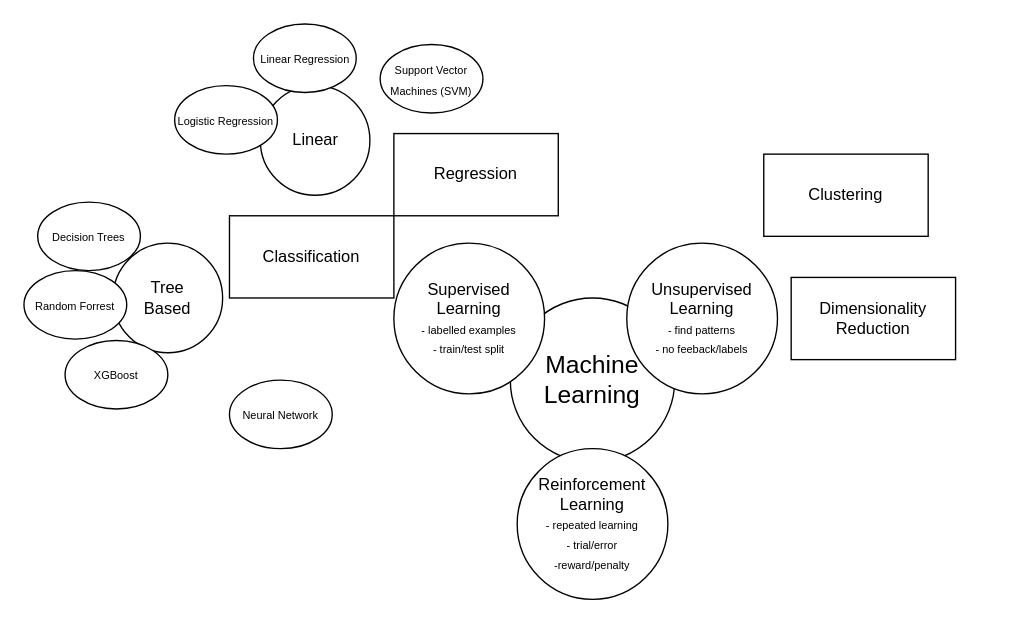
This is ML_overview.drawio from s-bramer/MachineLearning, a draw.io file, before an edit. Source tidied: cells renumbered, new cells numbered last; positions are measured from the earlier drawing's top-left corner, leaving out a move shared by most shapes. Both pictures are drawn from the tidied source at 137%, with x=0, y=0 at pixel (23, 23).
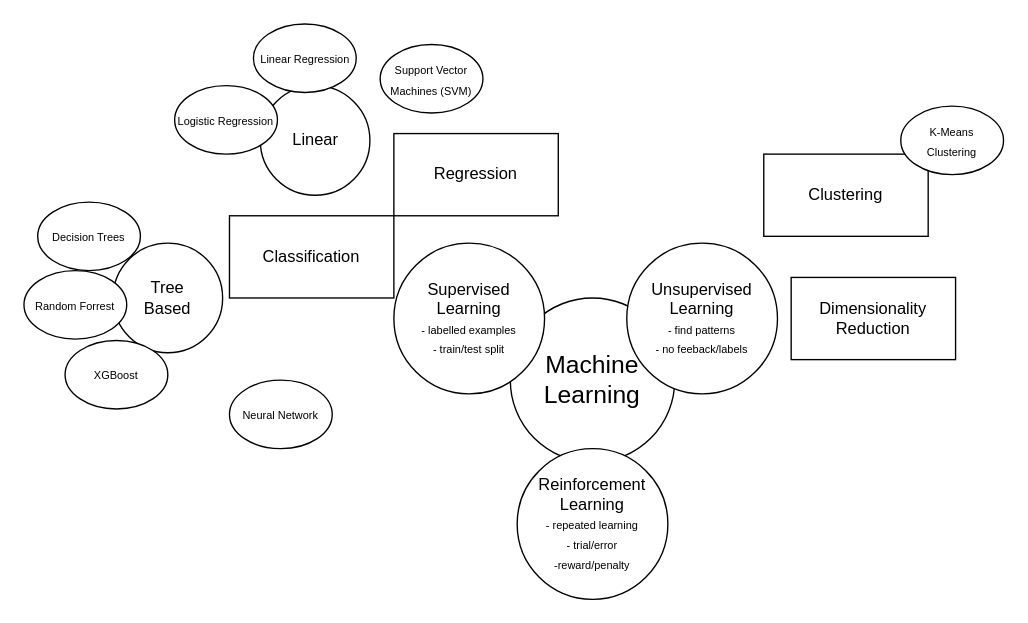
Above is the later version.

The edit, as a diff of the source:
```diff
@@
 <mxGraphModel>
   <root>
     <mxCell id="0" />
     <mxCell id="1" parent="0" />
     <mxCell id="2" value="&lt;font style=&quot;font-size: 18px;&quot;&gt;Machine Learning&lt;/font&gt;" style="ellipse;whiteSpace=wrap;html=1;" parent="1" vertex="1">
       <mxGeometry x="355" y="200" width="120" height="120" as="geometry" />
     </mxCell>
     <mxCell id="3" value="Supervised Learning&lt;br&gt;&lt;font style=&quot;font-size: 8px;&quot;&gt;- labelled examples&lt;br&gt;- train/test split&lt;/font&gt;" style="ellipse;whiteSpace=wrap;html=1;" parent="1" vertex="1">
       <mxGeometry x="270" y="160" width="110" height="110" as="geometry" />
     </mxCell>
     <mxCell id="4" value="Unsupervised Learning&lt;br&gt;&lt;font style=&quot;font-size: 8px;&quot;&gt;- find patterns&lt;br&gt;- no feeback/labels&lt;/font&gt;" style="ellipse;whiteSpace=wrap;html=1;" parent="1" vertex="1">
       <mxGeometry x="440" y="160" width="110" height="110" as="geometry" />
     </mxCell>
     <mxCell id="5" value="Reinforcement Learning&lt;br&gt;&lt;font style=&quot;font-size: 8px;&quot;&gt;- repeated learning&lt;br&gt;- trial/error&lt;br&gt;-reward/penalty&lt;br&gt;&lt;/font&gt;" style="ellipse;whiteSpace=wrap;html=1;" parent="1" vertex="1">
       <mxGeometry x="360" y="310" width="110" height="110" as="geometry" />
     </mxCell>
     <mxCell id="6" value="&lt;font style=&quot;font-size: 8px;&quot;&gt;Support Vector Machines (SVM)&lt;/font&gt;" style="ellipse;whiteSpace=wrap;html=1;" parent="1" vertex="1">
       <mxGeometry x="260" y="15" width="75" height="50" as="geometry" />
     </mxCell>
     <mxCell id="7" value="&lt;font style=&quot;font-size: 8px;&quot;&gt;Neural Network&lt;/font&gt;" style="ellipse;whiteSpace=wrap;html=1;" parent="1" vertex="1">
       <mxGeometry x="150" y="260" width="75" height="50" as="geometry" />
     </mxCell>
     <mxCell id="8" value="Tree&lt;br&gt;Based" style="ellipse;whiteSpace=wrap;html=1;" parent="1" vertex="1">
       <mxGeometry x="65" y="160" width="80" height="80" as="geometry" />
     </mxCell>
     <mxCell id="9" value="&lt;font style=&quot;font-size: 8px;&quot;&gt;Decision Trees&lt;/font&gt;" style="ellipse;whiteSpace=wrap;html=1;" parent="1" vertex="1">
       <mxGeometry x="10" y="130" width="75" height="50" as="geometry" />
     </mxCell>
     <mxCell id="10" value="&lt;font style=&quot;font-size: 8px;&quot;&gt;Random Forrest&lt;/font&gt;" style="ellipse;whiteSpace=wrap;html=1;" parent="1" vertex="1">
       <mxGeometry y="180" width="75" height="50" as="geometry" />
     </mxCell>
     <mxCell id="11" value="&lt;font style=&quot;font-size: 8px;&quot;&gt;XGBoost&lt;/font&gt;" style="ellipse;whiteSpace=wrap;html=1;" parent="1" vertex="1">
       <mxGeometry x="30" y="231" width="75" height="50" as="geometry" />
     </mxCell>
     <mxCell id="12" value="Linear" style="ellipse;whiteSpace=wrap;html=1;" parent="1" vertex="1">
       <mxGeometry x="172.5" y="45" width="80" height="80" as="geometry" />
     </mxCell>
     <mxCell id="13" value="&lt;font style=&quot;font-size: 8px;&quot;&gt;Linear Regression&lt;/font&gt;" style="ellipse;whiteSpace=wrap;html=1;" parent="1" vertex="1">
       <mxGeometry x="167.5" width="75" height="50" as="geometry" />
     </mxCell>
     <mxCell id="14" value="&lt;font style=&quot;font-size: 8px;&quot;&gt;Logistic Regression&lt;/font&gt;" style="ellipse;whiteSpace=wrap;html=1;" parent="1" vertex="1">
       <mxGeometry x="110" y="45" width="75" height="50" as="geometry" />
     </mxCell>
     <mxCell id="15" value="Regression" style="rounded=0;whiteSpace=wrap;html=1;" parent="1" vertex="1">
       <mxGeometry x="270" y="80" width="120" height="60" as="geometry" />
     </mxCell>
     <mxCell id="16" value="Classification" style="rounded=0;whiteSpace=wrap;html=1;" parent="1" vertex="1">
       <mxGeometry x="150" y="140" width="120" height="60" as="geometry" />
     </mxCell>
     <mxCell id="17" value="Clustering" style="rounded=0;whiteSpace=wrap;html=1;" parent="1" vertex="1">
       <mxGeometry x="540" y="95" width="120" height="60" as="geometry" />
     </mxCell>
     <mxCell id="18" value="Dimensionality Reduction" style="rounded=0;whiteSpace=wrap;html=1;" parent="1" vertex="1">
       <mxGeometry x="560" y="185" width="120" height="60" as="geometry" />
     </mxCell>
+    <mxCell id="19" value="&lt;font style=&quot;font-size: 8px;&quot;&gt;K-Means&lt;br&gt;Clustering&lt;/font&gt;" style="ellipse;whiteSpace=wrap;html=1;" parent="1" vertex="1">
+      <mxGeometry x="640" y="60" width="75" height="50" as="geometry" />
+    </mxCell>
   </root>
 </mxGraphModel>
```
